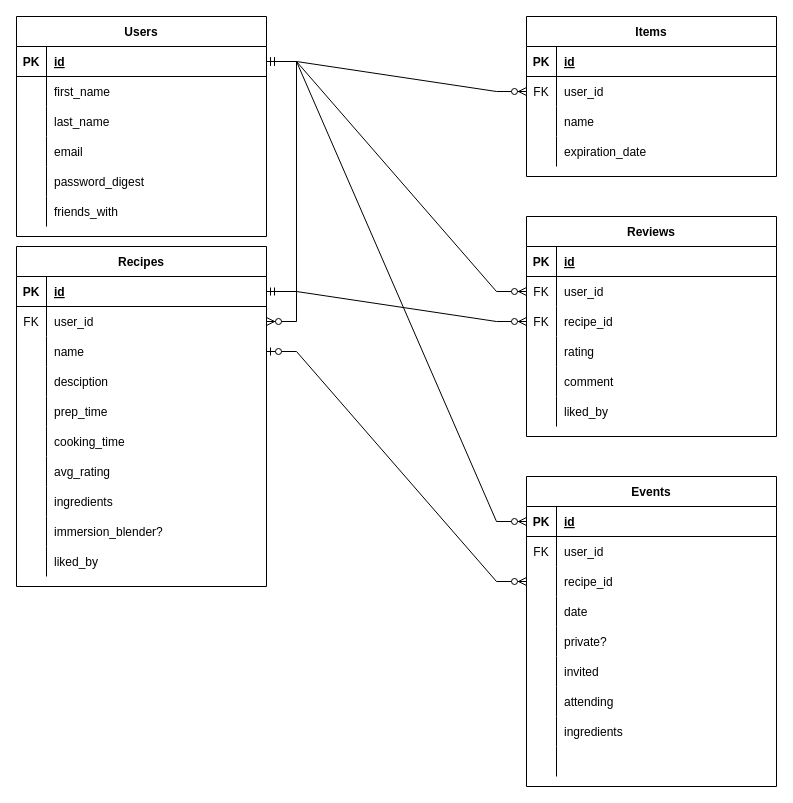
Before: docs/ERD.drawio in Eruzai/soup_pot, a draw.io diagram. Source tidied: cells renumbered, new cells numbered last; positions are measured from the earlier drawing's top-left corner, leaving out a move shared by most shapes. Both pictures are drawn from the tidied source at 100%, with x=0, y=0 at pixel (16, 16).
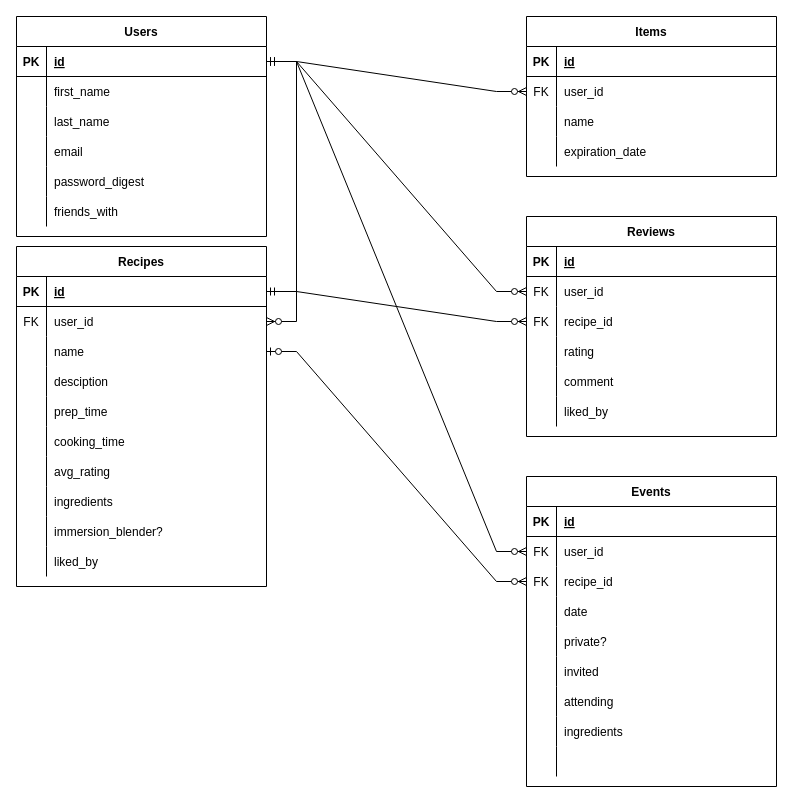
Above is the later version.

Commit message:
fix: correct relationship lines

Unchanged cells that the change refers to:
```xml
<mxCell id="3" style="shape=partialRectangle;fillColor=none;points=[[0,0.5],[1,0.5]];portConstraint=eastwest;top=0;left=0;right=0;bottom=1;" parent="2" vertex="1">
  <mxGeometry y="30" width="250" height="30" as="geometry" />
</mxCell>
<mxCell id="85" style="shape=partialRectangle;fillColor=none;points=[[0,0.5],[1,0.5]];portConstraint=eastwest;top=0;left=0;right=0;bottom=1;" parent="84" vertex="1">
  <mxGeometry y="30" width="250" height="30" as="geometry" />
</mxCell>
<mxCell id="88" style="shape=partialRectangle;fillColor=none;points=[[0,0.5],[1,0.5]];portConstraint=eastwest;top=0;left=0;right=0;bottom=0;" parent="84" vertex="1">
  <mxGeometry y="60" width="250" height="30" as="geometry" />
</mxCell>
<mxCell id="91" style="shape=partialRectangle;fillColor=none;points=[[0,0.5],[1,0.5]];portConstraint=eastwest;top=0;left=0;right=0;bottom=0;" parent="84" vertex="1">
  <mxGeometry y="90" width="250" height="30" as="geometry" />
</mxCell>
```

Diff of the diagram source:
```diff
@@
-    <mxCell id="92" style="shape=partialRectangle;overflow=hidden;fillColor=none;top=0;left=0;bottom=0;right=0;" parent="91" vertex="1">
+    <mxCell id="92" value="FK" style="shape=partialRectangle;overflow=hidden;fillColor=none;top=0;left=0;bottom=0;right=0;" parent="91" vertex="1">
       <mxGeometry width="30" height="30" as="geometry" />
     </mxCell>
@@
-    <mxCell id="117" style="edgeStyle=entityRelationEdgeStyle;fontSize=12;html=1;endArrow=ERzeroToMany;startArrow=ERmandOne;rounded=0;exitX=1;exitY=0.5;exitDx=0;exitDy=0;entryX=0;entryY=0.5;entryDx=0;entryDy=0;" parent="1" edge="1" source="3" target="85">
+    <mxCell id="117" style="edgeStyle=entityRelationEdgeStyle;fontSize=12;html=1;endArrow=ERzeroToMany;startArrow=ERmandOne;rounded=0;exitX=1;exitY=0.5;exitDx=0;exitDy=0;entryX=0;entryY=0.5;entryDx=0;entryDy=0;" parent="1" edge="1" source="3" target="88">
       <mxGeometry relative="1" as="geometry" />
     </mxCell>
```
